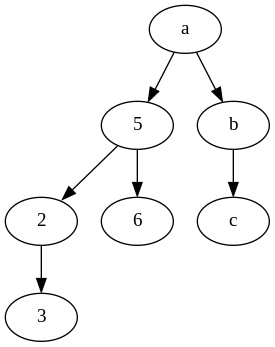
Above: lab4/lab4a/tree.png in Danielnotuser/Aisd (Graphviz), before the change. Its source is kept beside it as lab4/lab4a/tree.dot.
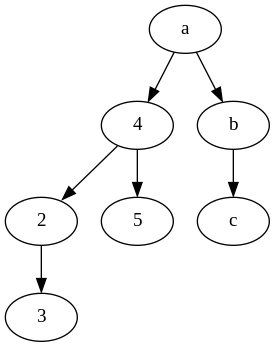
The same file after the commit.

Diff of the diagram source:
```diff
@@ -1,10 +1,10 @@
 digraph Tree {
-{ rank = same; "5"; "b"; }
-"a"->"5";
+{ rank = same; "4"; "b"; }
+"a"->"4";
 "a"->"b";
-{ rank = same; "2"; "6"; }
-"5"->"2";
-"5"->"6";
+{ rank = same; "2"; "5"; }
+"4"->"2";
+"4"->"5";
 "2"->"3";
 "b"->"c";
 }
```
